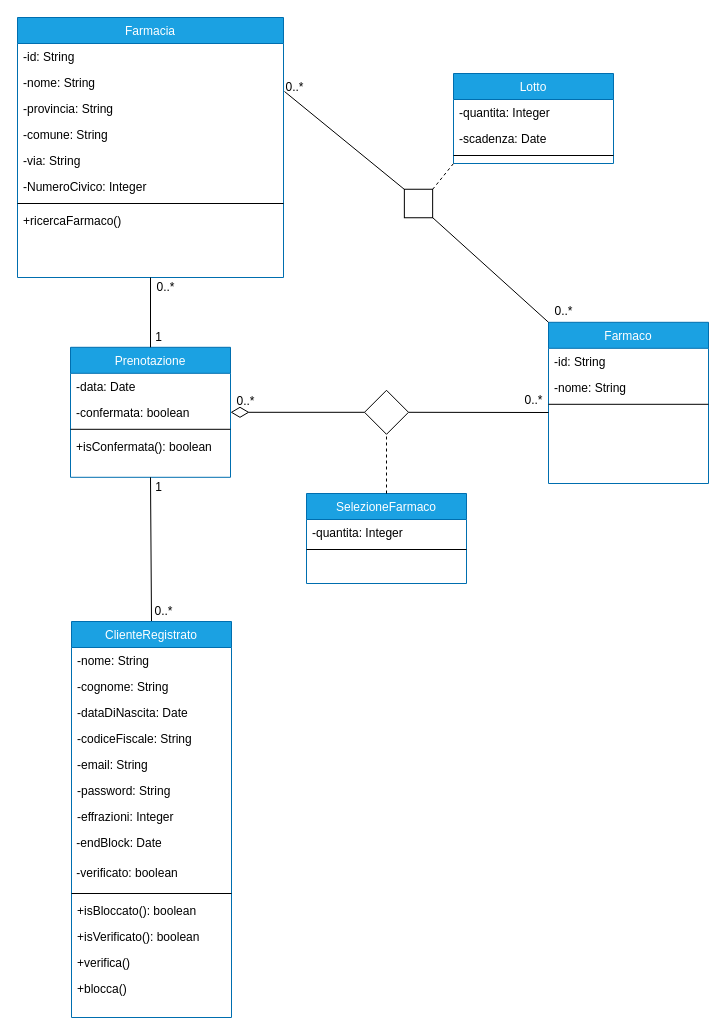
lnwor/farmabyte-doc keeps this draw.io diagram as page "DominioCliente" (1 of 2) of drawio/Progettazione/DettaglioCliente.drawio. Above is the earlier version. Source tidied: cells renumbered, new cells numbered last; positions are measured from the earlier drawing's top-left corner, leaving out a move shared by most shapes. Both pictures are drawn from the tidied source at 100%, with x=0, y=0 at pixel (17, 17).
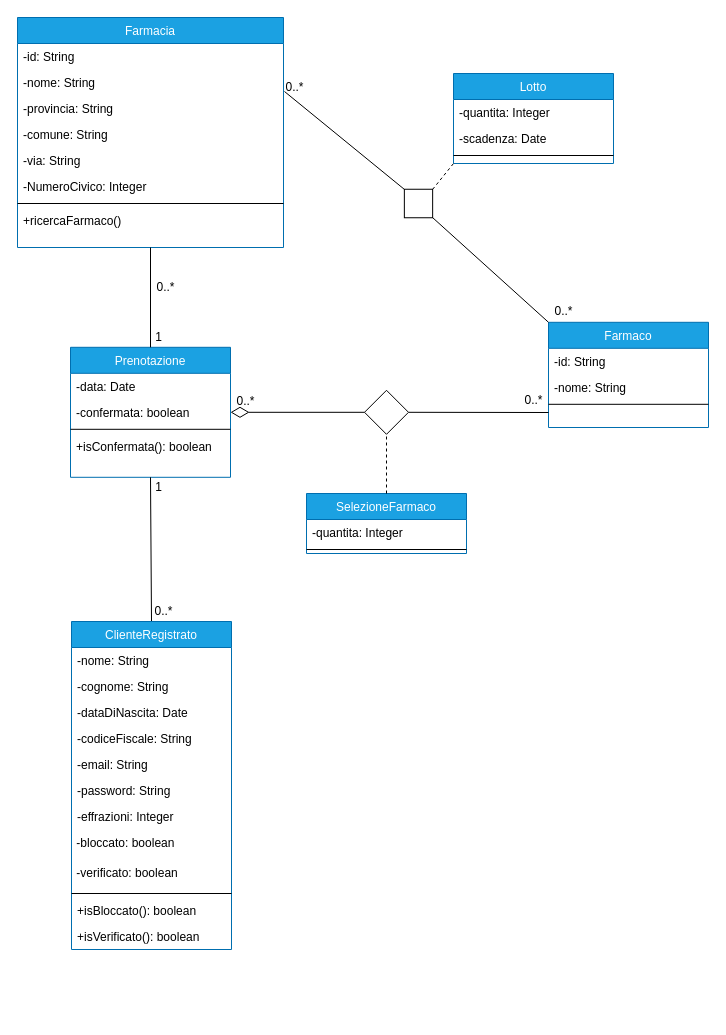
The same page after the edit.

The edit, as a diff of the source:
```diff
@@
     <mxCell id="2" value="Farmacia" style="swimlane;fontStyle=0;align=center;verticalAlign=top;horizontal=1;startSize=26;rounded=0;shadow=0;strokeWidth=1;fillColor=#1ba1e2;strokeColor=#006EAF;fontColor=#ffffff;" parent="1" vertex="1">
-      <mxGeometry width="266" height="260" as="geometry" />
+      <mxGeometry width="266" height="230" as="geometry" />
     </mxCell>
@@
     <mxCell id="11" value="Farmaco" style="swimlane;fontStyle=0;align=center;verticalAlign=top;horizontal=1;startSize=26;rounded=0;shadow=0;strokeWidth=1;fillColor=#1ba1e2;strokeColor=#006EAF;fontColor=#ffffff;" parent="1" vertex="1">
-      <mxGeometry x="531" y="304.8" width="160" height="161.2" as="geometry" />
+      <mxGeometry x="531" y="304.8" width="160" height="105.2" as="geometry" />
     </mxCell>
@@
     <mxCell id="28" value="ClienteRegistrato" style="swimlane;fontStyle=0;align=center;verticalAlign=top;horizontal=1;startSize=26;rounded=0;shadow=0;strokeWidth=1;fillColor=#1ba1e2;strokeColor=#006EAF;fontColor=#ffffff;" parent="1" vertex="1">
-      <mxGeometry x="54" y="604" width="160" height="396" as="geometry" />
+      <mxGeometry x="54" y="604" width="160" height="328" as="geometry" />
     </mxCell>
@@
-    <mxCell id="36" value="&lt;font face=&quot;helvetica&quot;&gt;&amp;nbsp;-endBlock: Date&lt;/font&gt;" style="text;whiteSpace=wrap;html=1;" parent="28" vertex="1">
-      <mxGeometry y="208" width="160" height="30" as="geometry" />
-    </mxCell>
-    <mxCell id="37" value="&lt;font face=&quot;helvetica&quot;&gt;&amp;nbsp;-verificato: boolean&lt;/font&gt;" style="text;whiteSpace=wrap;html=1;" parent="28" vertex="1">
-      <mxGeometry y="238" width="160" height="30" as="geometry" />
+    <mxCell id="37" value="&lt;font face=&quot;helvetica&quot;&gt;&amp;nbsp;-bloccato: boolean&lt;/font&gt;" style="text;whiteSpace=wrap;html=1;" parent="28" vertex="1">
+      <mxGeometry y="208" width="160" height="30" as="geometry" />
     </mxCell>
+    <mxCell id="60" value="&lt;font face=&quot;helvetica&quot;&gt;&amp;nbsp;-verificato: boolean&lt;/font&gt;" style="text;whiteSpace=wrap;html=1;" parent="28" vertex="1">
+      <mxGeometry y="238" width="160" height="30" as="geometry" />
+    </mxCell>
@@
-    <mxCell id="41" value="+verifica()" style="text;align=left;verticalAlign=top;spacingLeft=4;spacingRight=4;overflow=hidden;" parent="28" vertex="1">
-      <mxGeometry y="328" width="160" height="26" as="geometry" />
-    </mxCell>
-    <mxCell id="42" value="+blocca()" style="text;align=left;verticalAlign=top;spacingLeft=4;spacingRight=4;overflow=hidden;" parent="28" vertex="1">
-      <mxGeometry y="354" width="160" height="26" as="geometry" />
-    </mxCell>
@@
     <mxCell id="50" value="SelezioneFarmaco" style="swimlane;fontStyle=0;align=center;verticalAlign=top;horizontal=1;startSize=26;rounded=0;shadow=0;strokeWidth=1;fillColor=#1ba1e2;strokeColor=#006EAF;fontColor=#ffffff;" parent="1" vertex="1">
-      <mxGeometry x="289" y="476" width="160" height="90" as="geometry" />
+      <mxGeometry x="289" y="476" width="160" height="60" as="geometry" />
     </mxCell>
```
